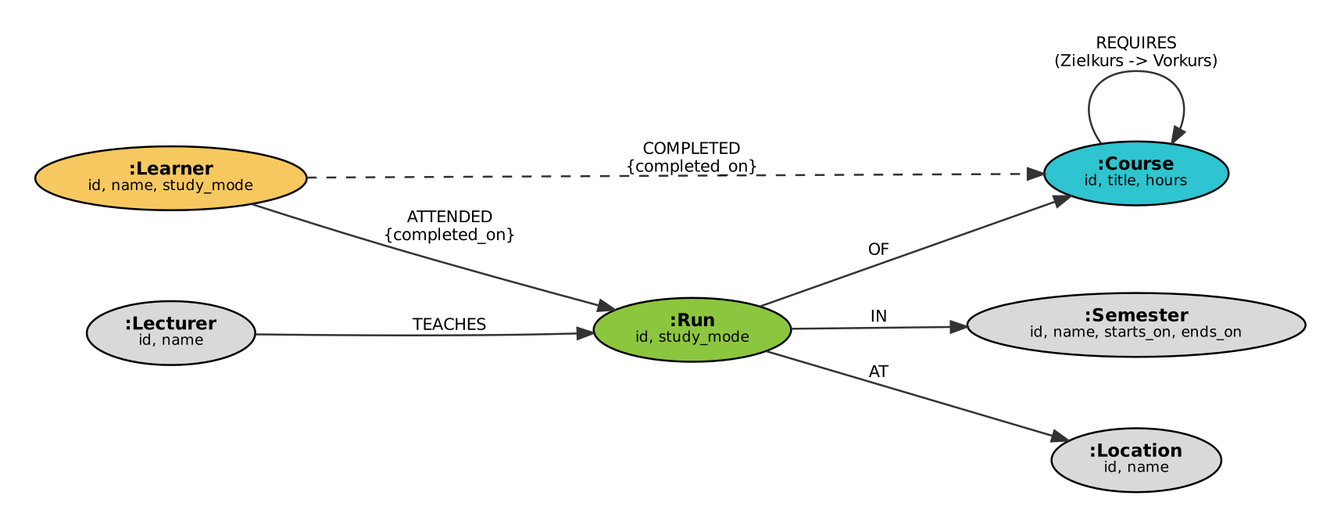
This is le3-nosql/model/graph.png from ibidreli/ddi_mcs, a Graphviz export, as it was before one commit. Its source is kept beside it as le3-nosql/model/graph.dot.
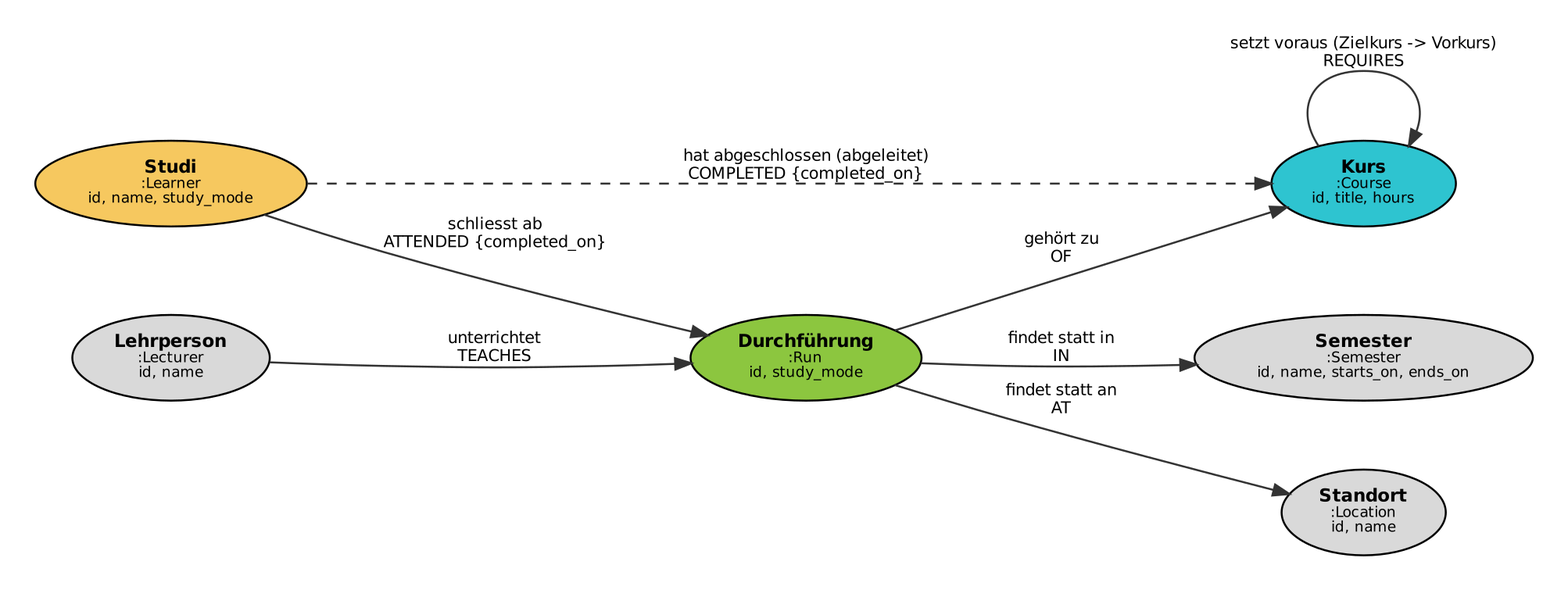
Above is the later version.

Commit message:
Rename learner to Studi in models and report and translate graph model to German

Change to the diagram source:
```diff
@@ -3,20 +3,20 @@
   node  [shape=ellipse, style=filled, fontname="Helvetica", fontsize=11, penwidth=1.2];
   edge  [fontname="Helvetica", fontsize=10, penwidth=1.2, color="#333333"];
 
-  learner  [label=<<B>:Learner</B><BR/><FONT POINT-SIZE="9">id, name, study_mode</FONT>>, fillcolor="#f6c85f"];
-  run      [label=<<B>:Run</B><BR/><FONT POINT-SIZE="9">id, study_mode</FONT>>, fillcolor="#8cc63f"];
-  course   [label=<<B>:Course</B><BR/><FONT POINT-SIZE="9">id, title, hours</FONT>>, fillcolor="#2ec4d0"];
-  semester [label=<<B>:Semester</B><BR/><FONT POINT-SIZE="9">id, name, starts_on, ends_on</FONT>>, fillcolor="#d9d9d9"];
-  location [label=<<B>:Location</B><BR/><FONT POINT-SIZE="9">id, name</FONT>>, fillcolor="#d9d9d9"];
-  lecturer [label=<<B>:Lecturer</B><BR/><FONT POINT-SIZE="9">id, name</FONT>>, fillcolor="#d9d9d9"];
+  learner  [label=<<B>Studi</B><BR/><FONT POINT-SIZE="9">:Learner</FONT><BR/><FONT POINT-SIZE="9">id, name, study_mode</FONT>>, fillcolor="#f6c85f"];
+  run      [label=<<B>Durchführung</B><BR/><FONT POINT-SIZE="9">:Run</FONT><BR/><FONT POINT-SIZE="9">id, study_mode</FONT>>, fillcolor="#8cc63f"];
+  course   [label=<<B>Kurs</B><BR/><FONT POINT-SIZE="9">:Course</FONT><BR/><FONT POINT-SIZE="9">id, title, hours</FONT>>, fillcolor="#2ec4d0"];
+  semester [label=<<B>Semester</B><BR/><FONT POINT-SIZE="9">:Semester</FONT><BR/><FONT POINT-SIZE="9">id, name, starts_on, ends_on</FONT>>, fillcolor="#d9d9d9"];
+  location [label=<<B>Standort</B><BR/><FONT POINT-SIZE="9">:Location</FONT><BR/><FONT POINT-SIZE="9">id, name</FONT>>, fillcolor="#d9d9d9"];
+  lecturer [label=<<B>Lehrperson</B><BR/><FONT POINT-SIZE="9">:Lecturer</FONT><BR/><FONT POINT-SIZE="9">id, name</FONT>>, fillcolor="#d9d9d9"];
 
-  learner -> run      [label="ATTENDED\n{completed_on}"];
-  learner -> course   [label="COMPLETED\n{completed_on}", style=dashed];
-  run -> course       [label="OF"];
-  run -> semester     [label="IN"];
-  run -> location     [label="AT"];
-  lecturer -> run     [label="TEACHES"];
-  course -> course    [label="REQUIRES\n(Zielkurs -> Vorkurs)"];
+  learner -> run      [label="schliesst ab\nATTENDED {completed_on}"];
+  learner -> course   [label="hat abgeschlossen (abgeleitet)\nCOMPLETED {completed_on}", style=dashed];
+  run -> course       [label="gehört zu\nOF"];
+  run -> semester     [label="findet statt in\nIN"];
+  run -> location     [label="findet statt an\nAT"];
+  lecturer -> run     [label="unterrichtet\nTEACHES"];
+  course -> course    [label="setzt voraus (Zielkurs -> Vorkurs)\nREQUIRES"];
 
   {rank=same; learner; lecturer;}
   {rank=same; course; semester; location;}
```
